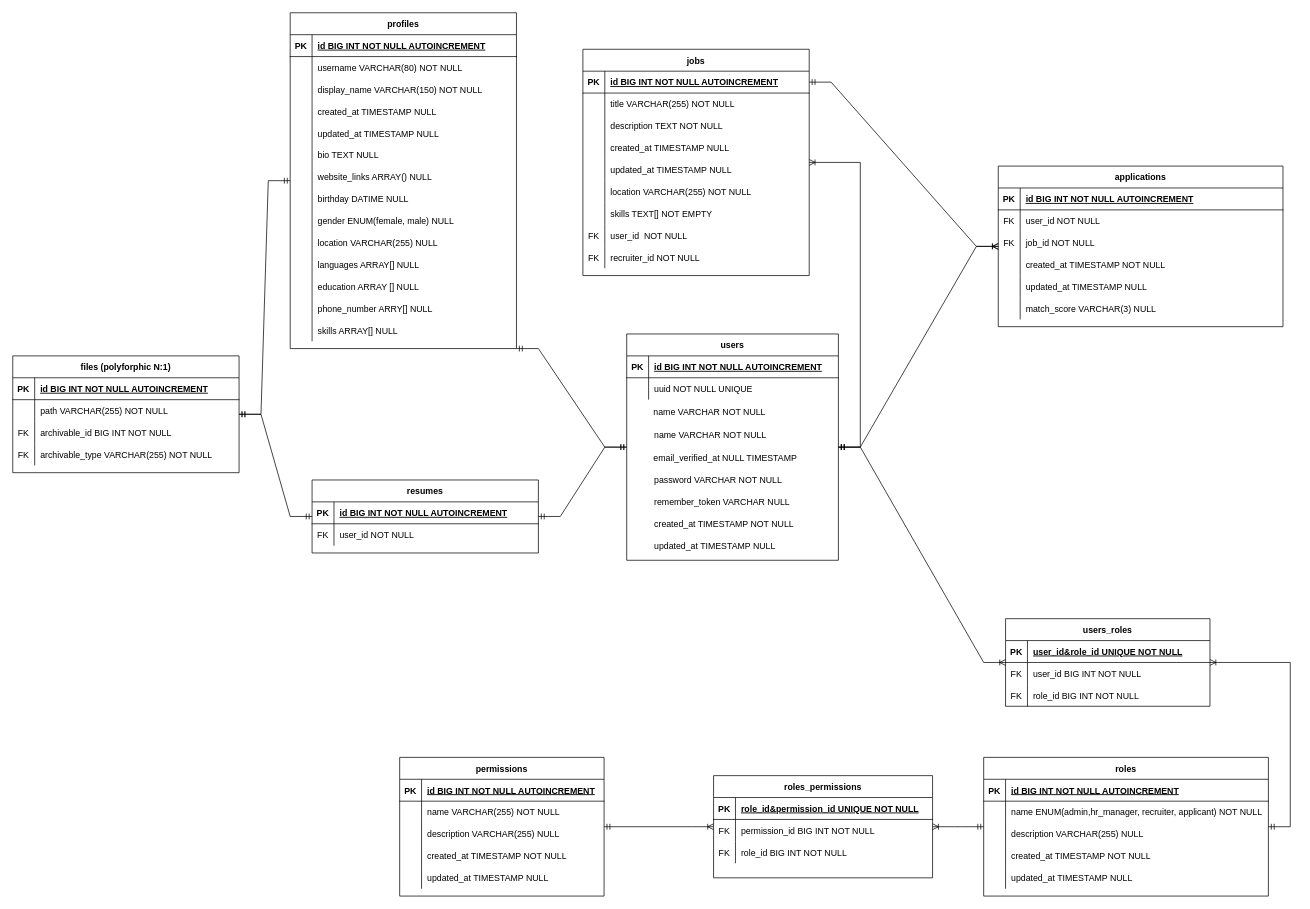
Above: documentation/db_diagram.drawio in cristian2213/Smart-Recruitment-Analytics-Platform (draw.io), before the change. Source tidied: cells renumbered, new cells numbered last; positions are measured from the earlier drawing's top-left corner, leaving out a move shared by most shapes. Both pictures are drawn from the tidied source at 73%, with x=0, y=0 at pixel (12, 12).
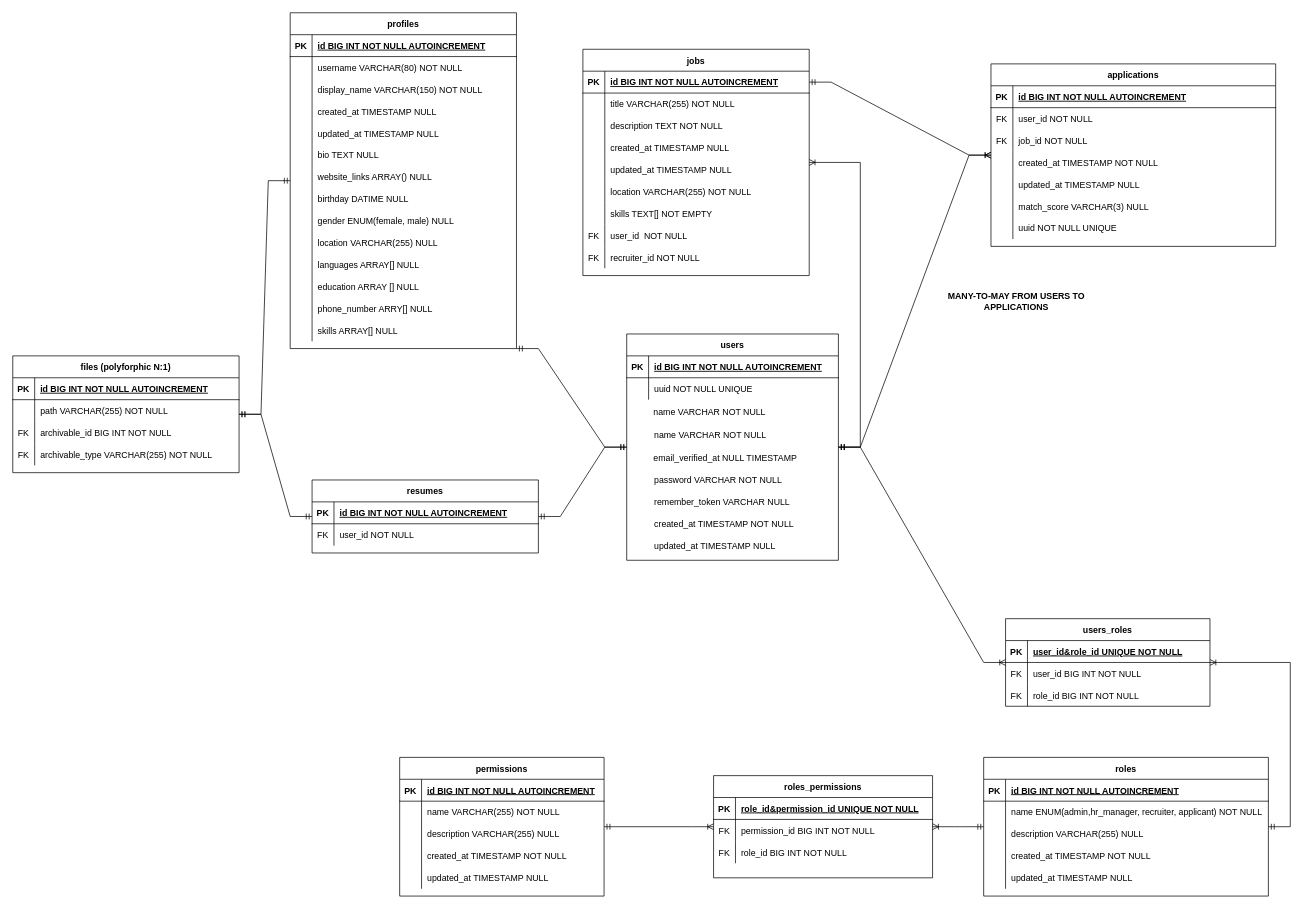
The same page after the edit.

Diff of the diagram source:
```diff
@@
     <mxCell id="182" value="applications" style="shape=table;startSize=30;childLayout=tableLayout;rowLines=0;fontStyle=1;align=center;" parent="1" vertex="1">
-      <mxGeometry x="1350" y="210" width="390" height="220" as="geometry" />
+      <mxGeometry x="1340" y="70" width="390" height="250" as="geometry" />
     </mxCell>
@@
+    <mxCell id="204" style="shape=partialRectangle;fillColor=none;top=0;left=0;right=0;bottom=0;" parent="182" vertex="1">
+      <mxGeometry y="210" width="390" height="30" as="geometry" />
+    </mxCell>
+    <mxCell id="205" style="shape=partialRectangle;overflow=hidden;fillColor=none;top=0;left=0;bottom=0;right=0;" parent="204" vertex="1">
+      <mxGeometry width="30" height="30" as="geometry" />
+    </mxCell>
+    <mxCell id="206" value="uuid NOT NULL UNIQUE" style="shape=partialRectangle;overflow=hidden;fillColor=none;top=0;left=0;bottom=0;right=0;align=left;spacingLeft=6;" parent="204" vertex="1">
+      <mxGeometry x="30" width="360" height="30" as="geometry" />
+    </mxCell>
@@
+    <mxCell id="207" value="&lt;b&gt;MANY-TO-MAY FROM USERS TO APPLICATIONS&lt;/b&gt;" style="text;html=1;strokeColor=none;fillColor=none;align=center;verticalAlign=middle;whiteSpace=wrap;rounded=0;" parent="1" vertex="1">
+      <mxGeometry x="1270" y="350" width="210" height="90" as="geometry" />
+    </mxCell>
```
